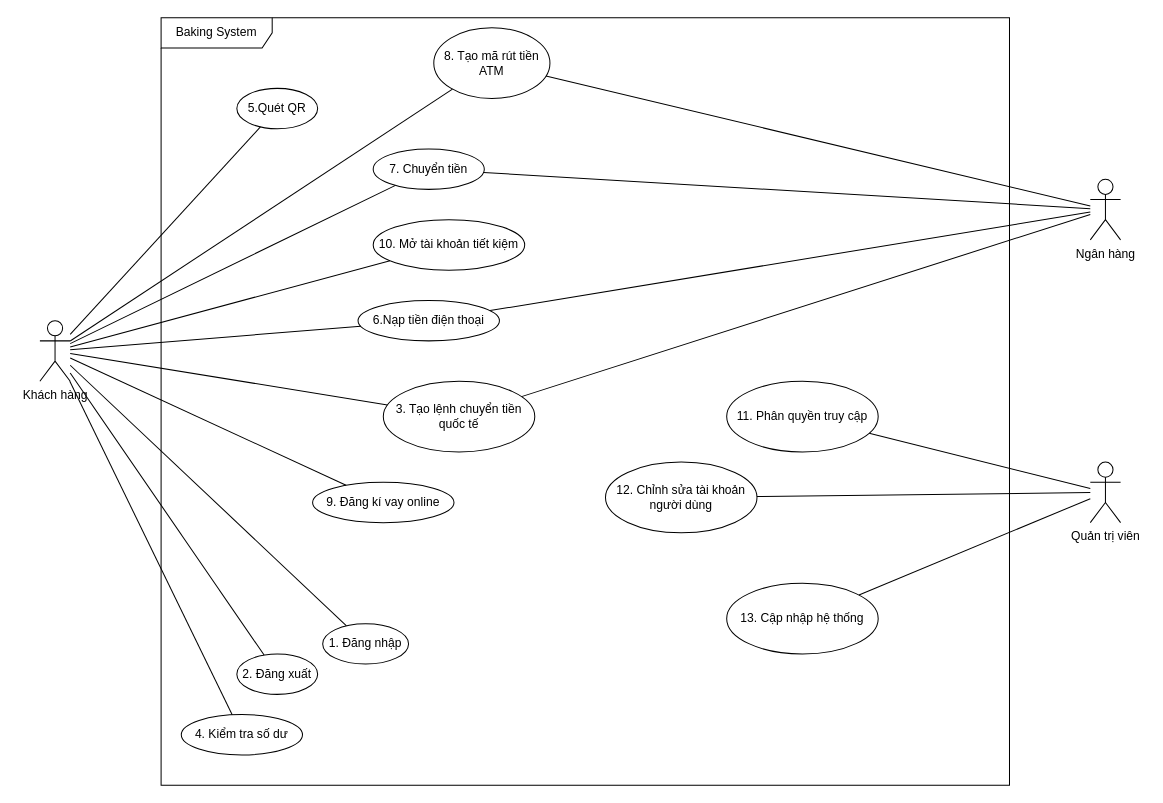
Above: uml/BDHC_UseCaseDiagram_0.0.1.drawio in HoangDucBach/bghc (draw.io), before the change. Source tidied: cells renumbered, new cells numbered last; positions are measured from the earlier drawing's top-left corner, leaving out a move shared by most shapes. Both pictures are drawn from the tidied source at 101%, with x=0, y=0 at pixel (39, 17).
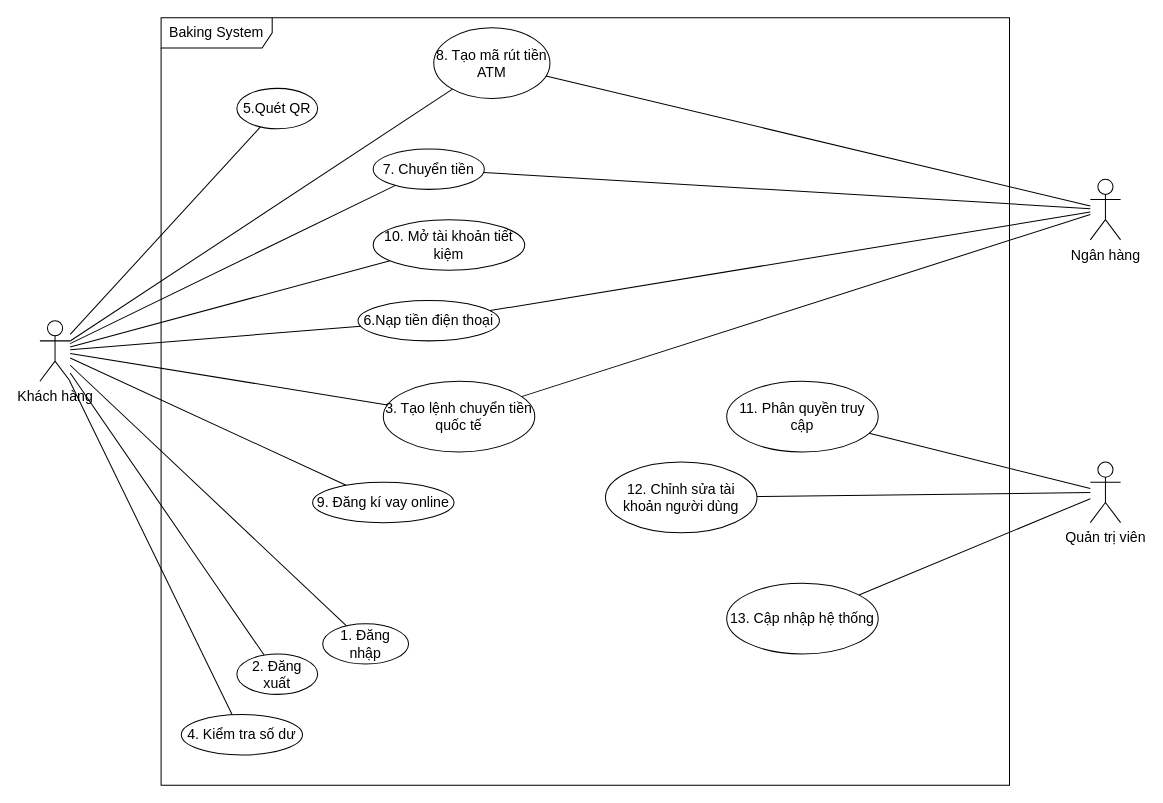
After the change.

What changed in the source:
```diff
@@
-    <mxCell id="2" style="rounded=0;jettySize=auto;html=1;endArrow=none;endFill=0;" parent="1" edge="1" source="3" target="5">
+    <mxCell id="2" style="rounded=0;jettySize=auto;html=1;endArrow=none;endFill=0;fontSize=14;" parent="1" edge="1" source="3" target="5">
       <mxGeometry relative="1" as="geometry" />
     </mxCell>
-    <mxCell id="3" value="Khách hàng" style="shape=umlActor;verticalLabelPosition=bottom;verticalAlign=top;html=1;" parent="1" vertex="1">
+    <mxCell id="3" value="Khách hàng" style="shape=umlActor;verticalLabelPosition=bottom;verticalAlign=top;html=1;fontSize=14;" parent="1" vertex="1">
       <mxGeometry y="300" width="30" height="60" as="geometry" />
     </mxCell>
-    <mxCell id="4" value="Ngân hàng&lt;div&gt;&lt;br&gt;&lt;/div&gt;" style="shape=umlActor;verticalLabelPosition=bottom;verticalAlign=top;html=1;" parent="1" vertex="1">
+    <mxCell id="4" value="Ngân hàng&lt;div&gt;&lt;br&gt;&lt;/div&gt;" style="shape=umlActor;verticalLabelPosition=bottom;verticalAlign=top;html=1;fontSize=14;" parent="1" vertex="1">
       <mxGeometry x="1040" y="160" width="30" height="60" as="geometry" />
     </mxCell>
-    <mxCell id="5" value="1. Đăng nhập" style="ellipse;whiteSpace=wrap;html=1;" parent="1" vertex="1">
+    <mxCell id="5" value="1. Đăng nhập" style="ellipse;whiteSpace=wrap;html=1;fontSize=14;" parent="1" vertex="1">
       <mxGeometry x="280" y="600" width="85" height="40" as="geometry" />
     </mxCell>
-    <mxCell id="6" value="2. Đăng xuất" style="ellipse;whiteSpace=wrap;html=1;" parent="1" vertex="1">
+    <mxCell id="6" value="2. Đăng xuất" style="ellipse;whiteSpace=wrap;html=1;fontSize=14;" parent="1" vertex="1">
       <mxGeometry x="195" y="630" width="80" height="40" as="geometry" />
     </mxCell>
-    <mxCell id="7" value="4. Kiểm tra số dư" style="ellipse;whiteSpace=wrap;html=1;" parent="1" vertex="1">
+    <mxCell id="7" value="4. Kiểm tra số dư" style="ellipse;whiteSpace=wrap;html=1;fontSize=14;" parent="1" vertex="1">
       <mxGeometry x="140" y="690" width="120" height="40" as="geometry" />
     </mxCell>
-    <mxCell id="8" value="5.Quét QR" style="ellipse;whiteSpace=wrap;html=1;" parent="1" vertex="1">
+    <mxCell id="8" value="5.Quét QR" style="ellipse;whiteSpace=wrap;html=1;fontSize=14;" parent="1" vertex="1">
       <mxGeometry x="195" y="70" width="80" height="40" as="geometry" />
     </mxCell>
-    <mxCell id="9" value="6.Nạp tiền điện thoại" style="ellipse;whiteSpace=wrap;html=1;" parent="1" vertex="1">
+    <mxCell id="9" value="6.Nạp tiền điện thoại" style="ellipse;whiteSpace=wrap;html=1;fontSize=14;" parent="1" vertex="1">
       <mxGeometry x="315" y="280" width="140" height="40" as="geometry" />
     </mxCell>
-    <mxCell id="10" value="10. Mở tài khoản tiết kiệm" style="ellipse;whiteSpace=wrap;html=1;" parent="1" vertex="1">
+    <mxCell id="10" value="10. Mở tài khoản tiết kiệm" style="ellipse;whiteSpace=wrap;html=1;fontSize=14;" parent="1" vertex="1">
       <mxGeometry x="330" y="200" width="150" height="50" as="geometry" />
     </mxCell>
-    <mxCell id="11" value="8. Tạo mã rút tiền ATM" style="ellipse;whiteSpace=wrap;html=1;" parent="1" vertex="1">
+    <mxCell id="11" value="8. Tạo mã rút tiền ATM" style="ellipse;whiteSpace=wrap;html=1;fontSize=14;" parent="1" vertex="1">
       <mxGeometry x="390" y="10" width="115" height="70" as="geometry" />
     </mxCell>
-    <mxCell id="12" value="9. Đăng kí vay online" style="ellipse;whiteSpace=wrap;html=1;" parent="1" vertex="1">
+    <mxCell id="12" value="9. Đăng kí vay online" style="ellipse;whiteSpace=wrap;html=1;fontSize=14;" parent="1" vertex="1">
       <mxGeometry x="270" y="460" width="140" height="40" as="geometry" />
     </mxCell>
-    <mxCell id="13" value="3. Tạo lệnh chuyển tiền quốc tế" style="ellipse;whiteSpace=wrap;html=1;" parent="1" vertex="1">
+    <mxCell id="13" value="3. Tạo lệnh chuyển tiền quốc tế" style="ellipse;whiteSpace=wrap;html=1;fontSize=14;" parent="1" vertex="1">
       <mxGeometry x="340" y="360" width="150" height="70" as="geometry" />
     </mxCell>
-    <mxCell id="14" value="Baking System" style="shape=umlFrame;whiteSpace=wrap;html=1;width=110;height=30;" parent="1" vertex="1">
+    <mxCell id="14" value="Baking System" style="shape=umlFrame;whiteSpace=wrap;html=1;width=110;height=30;fontSize=14;" parent="1" vertex="1">
       <mxGeometry x="120" width="840" height="760" as="geometry" />
     </mxCell>
-    <mxCell id="15" style="rounded=0;jettySize=auto;html=1;endArrow=none;endFill=0;" parent="1" edge="1" source="3" target="8">
+    <mxCell id="15" style="rounded=0;jettySize=auto;html=1;endArrow=none;endFill=0;fontSize=14;" parent="1" edge="1" source="3" target="8">
       <mxGeometry relative="1" as="geometry" />
     </mxCell>
-    <mxCell id="16" style="rounded=0;jettySize=auto;html=1;endArrow=none;endFill=0;" parent="1" edge="1" source="3" target="9">
+    <mxCell id="16" style="rounded=0;jettySize=auto;html=1;endArrow=none;endFill=0;fontSize=14;" parent="1" edge="1" source="3" target="9">
       <mxGeometry relative="1" as="geometry" />
     </mxCell>
-    <mxCell id="17" style="rounded=0;jettySize=auto;html=1;endArrow=none;endFill=0;" parent="1" edge="1" source="3" target="6">
+    <mxCell id="17" style="rounded=0;jettySize=auto;html=1;endArrow=none;endFill=0;fontSize=14;" parent="1" edge="1" source="3" target="6">
       <mxGeometry relative="1" as="geometry" />
     </mxCell>
-    <mxCell id="18" style="rounded=0;jettySize=auto;html=1;endArrow=none;endFill=0;" parent="1" edge="1" source="3" target="10">
+    <mxCell id="18" style="rounded=0;jettySize=auto;html=1;endArrow=none;endFill=0;fontSize=14;" parent="1" edge="1" source="3" target="10">
       <mxGeometry relative="1" as="geometry" />
     </mxCell>
-    <mxCell id="19" style="rounded=0;jettySize=auto;html=1;endArrow=none;endFill=0;" parent="1" edge="1" source="3" target="7">
+    <mxCell id="19" style="rounded=0;jettySize=auto;html=1;endArrow=none;endFill=0;fontSize=14;" parent="1" edge="1" source="3" target="7">
       <mxGeometry relative="1" as="geometry" />
     </mxCell>
-    <mxCell id="20" style="rounded=0;jettySize=auto;html=1;endArrow=none;endFill=0;" parent="1" edge="1" source="3" target="13">
+    <mxCell id="20" style="rounded=0;jettySize=auto;html=1;endArrow=none;endFill=0;fontSize=14;" parent="1" edge="1" source="3" target="13">
       <mxGeometry relative="1" as="geometry" />
     </mxCell>
-    <mxCell id="21" style="rounded=0;jettySize=auto;html=1;endArrow=none;endFill=0;" parent="1" edge="1" source="3" target="12">
+    <mxCell id="21" style="rounded=0;jettySize=auto;html=1;endArrow=none;endFill=0;fontSize=14;" parent="1" edge="1" source="3" target="12">
       <mxGeometry relative="1" as="geometry" />
     </mxCell>
-    <mxCell id="22" style="rounded=0;jettySize=auto;html=1;endArrow=none;endFill=0;" parent="1" edge="1" source="3" target="11">
+    <mxCell id="22" style="rounded=0;jettySize=auto;html=1;endArrow=none;endFill=0;fontSize=14;" parent="1" edge="1" source="3" target="11">
       <mxGeometry relative="1" as="geometry" />
     </mxCell>
-    <mxCell id="23" style="rounded=0;jettySize=auto;html=1;endArrow=none;endFill=0;" parent="1" edge="1" source="4" target="11">
+    <mxCell id="23" style="rounded=0;jettySize=auto;html=1;endArrow=none;endFill=0;fontSize=14;" parent="1" edge="1" source="4" target="11">
       <mxGeometry relative="1" as="geometry" />
     </mxCell>
-    <mxCell id="24" value="7. Chuyển tiền" style="ellipse;whiteSpace=wrap;html=1;" parent="1" vertex="1">
+    <mxCell id="24" value="7. Chuyển tiền" style="ellipse;whiteSpace=wrap;html=1;fontSize=14;" parent="1" vertex="1">
       <mxGeometry x="330" y="130" width="110" height="40" as="geometry" />
     </mxCell>
-    <mxCell id="25" style="rounded=0;jettySize=auto;html=1;endArrow=none;endFill=0;" parent="1" edge="1" source="4" target="24">
+    <mxCell id="25" style="rounded=0;jettySize=auto;html=1;endArrow=none;endFill=0;fontSize=14;" parent="1" edge="1" source="4" target="24">
       <mxGeometry relative="1" as="geometry" />
     </mxCell>
-    <mxCell id="26" style="rounded=0;jettySize=auto;html=1;endArrow=none;endFill=0;" parent="1" edge="1" source="3" target="24">
+    <mxCell id="26" style="rounded=0;jettySize=auto;html=1;endArrow=none;endFill=0;fontSize=14;" parent="1" edge="1" source="3" target="24">
       <mxGeometry relative="1" as="geometry" />
     </mxCell>
-    <mxCell id="27" style="rounded=0;jettySize=auto;html=1;endArrow=none;endFill=0;" parent="1" edge="1" source="4" target="9">
+    <mxCell id="27" style="rounded=0;jettySize=auto;html=1;endArrow=none;endFill=0;fontSize=14;" parent="1" edge="1" source="4" target="9">
       <mxGeometry relative="1" as="geometry" />
     </mxCell>
-    <mxCell id="28" style="rounded=0;jettySize=auto;html=1;endArrow=none;endFill=0;" parent="1" edge="1" source="4" target="13">
+    <mxCell id="28" style="rounded=0;jettySize=auto;html=1;endArrow=none;endFill=0;fontSize=14;" parent="1" edge="1" source="4" target="13">
       <mxGeometry relative="1" as="geometry" />
     </mxCell>
-    <mxCell id="29" value="Quản trị viên" style="shape=umlActor;verticalLabelPosition=bottom;verticalAlign=top;html=1;outlineConnect=0;" parent="1" vertex="1">
+    <mxCell id="29" value="Quản trị viên" style="shape=umlActor;verticalLabelPosition=bottom;verticalAlign=top;html=1;outlineConnect=0;fontSize=14;" parent="1" vertex="1">
       <mxGeometry x="1040" y="440" width="30" height="60" as="geometry" />
     </mxCell>
-    <mxCell id="30" value="11. Phân quyền truy cập" style="ellipse;whiteSpace=wrap;html=1;" parent="1" vertex="1">
+    <mxCell id="30" value="11. Phân quyền truy cập" style="ellipse;whiteSpace=wrap;html=1;fontSize=14;" parent="1" vertex="1">
       <mxGeometry x="680" y="360" width="150" height="70" as="geometry" />
     </mxCell>
-    <mxCell id="31" value="12. Chỉnh sửa tài khoản người dùng" style="ellipse;whiteSpace=wrap;html=1;" parent="1" vertex="1">
+    <mxCell id="31" value="12. Chỉnh sửa tài khoản người dùng" style="ellipse;whiteSpace=wrap;html=1;fontSize=14;" parent="1" vertex="1">
       <mxGeometry x="560" y="440" width="150" height="70" as="geometry" />
     </mxCell>
-    <mxCell id="32" value="13. Cập nhập hệ thống" style="ellipse;whiteSpace=wrap;html=1;" parent="1" vertex="1">
+    <mxCell id="32" value="13. Cập nhập hệ thống" style="ellipse;whiteSpace=wrap;html=1;fontSize=14;" parent="1" vertex="1">
       <mxGeometry x="680" y="560" width="150" height="70" as="geometry" />
     </mxCell>
-    <mxCell id="33" style="rounded=0;jettySize=auto;html=1;endArrow=none;endFill=0;" parent="1" edge="1" source="29" target="30">
+    <mxCell id="33" style="rounded=0;jettySize=auto;html=1;endArrow=none;endFill=0;fontSize=14;" parent="1" edge="1" source="29" target="30">
       <mxGeometry relative="1" as="geometry" />
     </mxCell>
-    <mxCell id="34" style="rounded=0;jettySize=auto;html=1;endArrow=none;endFill=0;" parent="1" edge="1" source="29" target="31">
+    <mxCell id="34" style="rounded=0;jettySize=auto;html=1;endArrow=none;endFill=0;fontSize=14;" parent="1" edge="1" source="29" target="31">
       <mxGeometry relative="1" as="geometry" />
     </mxCell>
-    <mxCell id="35" style="rounded=0;jettySize=auto;html=1;endArrow=none;endFill=0;" parent="1" edge="1" source="29" target="32">
+    <mxCell id="35" style="rounded=0;jettySize=auto;html=1;endArrow=none;endFill=0;fontSize=14;" parent="1" edge="1" source="29" target="32">
       <mxGeometry relative="1" as="geometry" />
     </mxCell>
```
